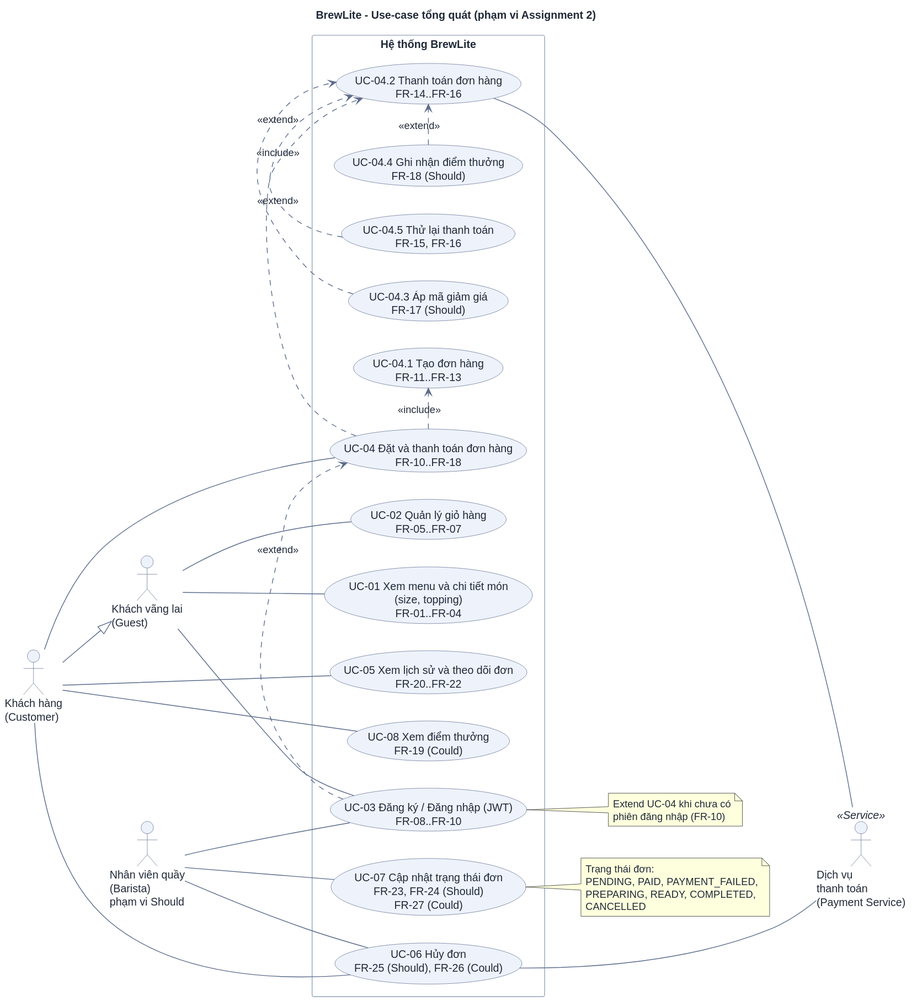
Before: docs/requirements/use-case-overview.svg, a diagram exported from PlantUML (DuVinhLoi/BrewLite). The source it was exported from:
```plantuml
@startuml
skinparam DefaultFontColor #1f2937
skinparam ArrowColor #5b6b8c
skinparam ArrowFontColor #1f2937
skinparam PackageBackgroundColor #f8fafc
skinparam PackageBorderColor #94a3b8
skinparam RectangleBackgroundColor #ffffff
skinparam RectangleBorderColor #94a3b8
skinparam ActorBackgroundColor #eef2fb
skinparam ActorBorderColor #5b6b8c
skinparam UsecaseBackgroundColor #eef2fb
skinparam UsecaseBorderColor #5b6b8c
skinparam Shadowing false

left to right direction

title BrewLite - Use-case tổng quát (phạm vi Assignment 2)

actor "Khách vãng lai\n(Guest)" as Guest
actor "Khách hàng\n(Customer)" as Customer
actor "Nhân viên quầy\n(Barista)\nphạm vi Should" as Barista
actor "Dịch vụ\nthanh toán\n(Payment Service)" as Pay <<Service>>

Customer --|> Guest

rectangle "Hệ thống BrewLite" {
  usecase "UC-01 Xem menu và chi tiết món\n(size, topping)\nFR-01..FR-04" as UC01
  usecase "UC-02 Quản lý giỏ hàng\nFR-05..FR-07" as UC02
  usecase "UC-03 Đăng ký / Đăng nhập (JWT)\nFR-08..FR-10" as UC03
  usecase "UC-04 Đặt và thanh toán đơn hàng\nFR-10..FR-18" as UC04
  usecase "UC-04.1 Tạo đơn hàng\nFR-11..FR-13" as UC041
  usecase "UC-04.2 Thanh toán đơn hàng\nFR-14..FR-16" as UC042
  usecase "UC-04.3 Áp mã giảm giá\nFR-17 (Should)" as UC043
  usecase "UC-04.4 Ghi nhận điểm thưởng\nFR-18 (Should)" as UC044
  usecase "UC-04.5 Thử lại thanh toán\nFR-15, FR-16" as UC045
  usecase "UC-05 Xem lịch sử và theo dõi đơn\nFR-20..FR-22" as UC05
  usecase "UC-06 Hủy đơn\nFR-25 (Should), FR-26 (Could)" as UC06
  usecase "UC-07 Cập nhật trạng thái đơn\nFR-23, FR-24 (Should)\nFR-27 (Could)" as UC07
  usecase "UC-08 Xem điểm thưởng\nFR-19 (Could)" as UC08
}

Guest --- UC01
Guest --- UC02
Guest --- UC03

Customer --- UC04
Customer --- UC05
Customer --- UC06
Customer --- UC08

Barista --- UC03
Barista --- UC07
Barista --- UC06

UC04 .> UC041 : <<include>>
UC04 .> UC042 : <<include>>
UC043 .> UC042 : <<extend>>
UC044 .> UC042 : <<extend>>
UC045 .> UC042 : <<extend>>
UC03 .> UC04 : <<extend>>

UC042 --- Pay
UC06 --- Pay

note right of UC03
  Extend UC-04 khi chưa có
  phiên đăng nhập (FR-10)
end note

note right of UC07
  Trạng thái đơn:
  PENDING, PAID, PAYMENT_FAILED,
  PREPARING, READY, COMPLETED,
  CANCELLED
end note
@enduml
```
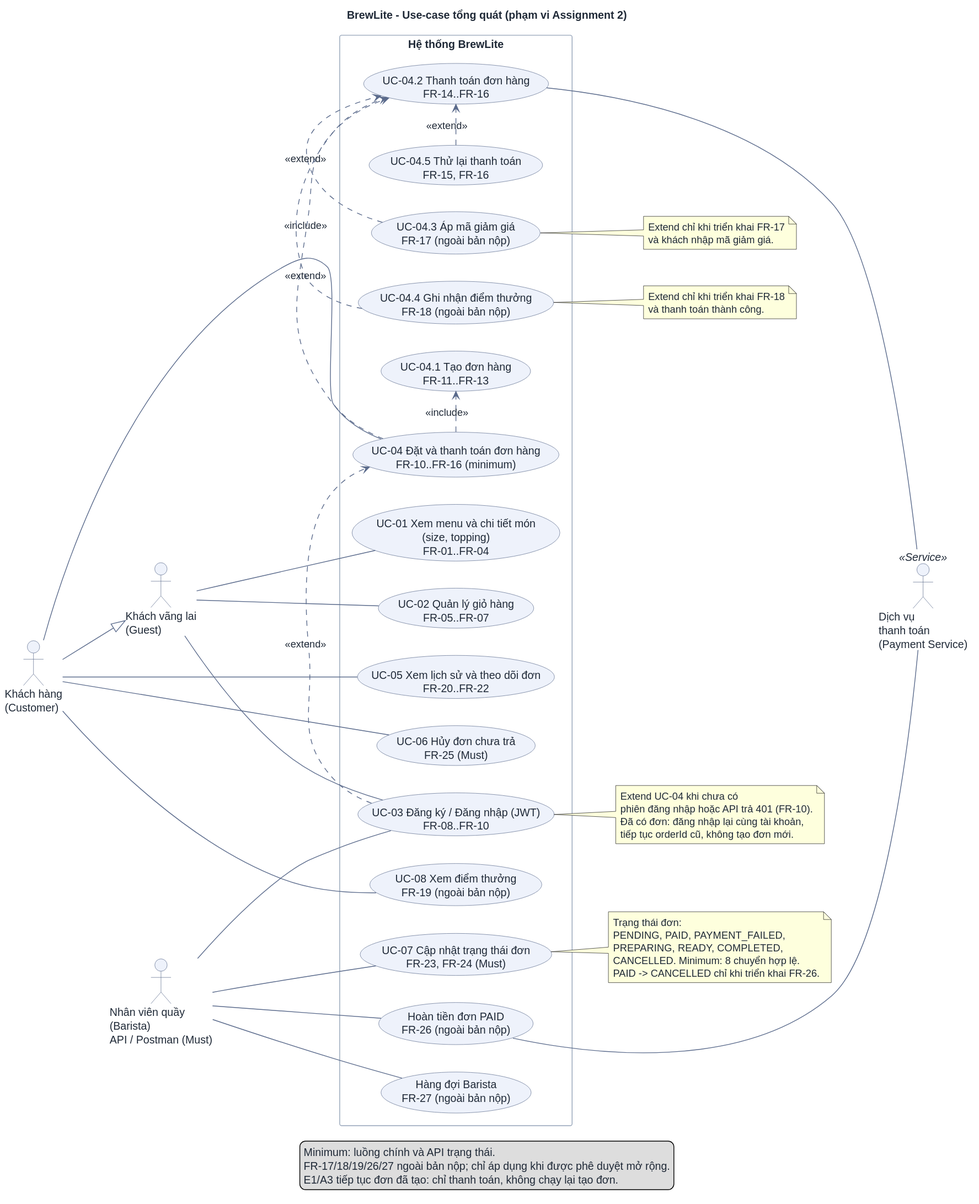
After the commit.

Commit message:
docs(requirements): finalize Task 1 minimum scope and checkout recovery

Diff of the diagram source:
```diff
@@ -18,7 +18,7 @@
 
 actor "Khách vãng lai\n(Guest)" as Guest
 actor "Khách hàng\n(Customer)" as Customer
-actor "Nhân viên quầy\n(Barista)\nphạm vi Should" as Barista
+actor "Nhân viên quầy\n(Barista)\nAPI / Postman (Must)" as Barista
 actor "Dịch vụ\nthanh toán\n(Payment Service)" as Pay <<Service>>
 
 Customer --|> Guest
@@ -27,16 +27,18 @@
   usecase "UC-01 Xem menu và chi tiết món\n(size, topping)\nFR-01..FR-04" as UC01
   usecase "UC-02 Quản lý giỏ hàng\nFR-05..FR-07" as UC02
   usecase "UC-03 Đăng ký / Đăng nhập (JWT)\nFR-08..FR-10" as UC03
-  usecase "UC-04 Đặt và thanh toán đơn hàng\nFR-10..FR-18" as UC04
+  usecase "UC-04 Đặt và thanh toán đơn hàng\nFR-10..FR-16 (minimum)" as UC04
   usecase "UC-04.1 Tạo đơn hàng\nFR-11..FR-13" as UC041
   usecase "UC-04.2 Thanh toán đơn hàng\nFR-14..FR-16" as UC042
-  usecase "UC-04.3 Áp mã giảm giá\nFR-17 (Should)" as UC043
-  usecase "UC-04.4 Ghi nhận điểm thưởng\nFR-18 (Should)" as UC044
+  usecase "UC-04.3 Áp mã giảm giá\nFR-17 (ngoài bản nộp)" as UC043
+  usecase "UC-04.4 Ghi nhận điểm thưởng\nFR-18 (ngoài bản nộp)" as UC044
   usecase "UC-04.5 Thử lại thanh toán\nFR-15, FR-16" as UC045
   usecase "UC-05 Xem lịch sử và theo dõi đơn\nFR-20..FR-22" as UC05
-  usecase "UC-06 Hủy đơn\nFR-25 (Should), FR-26 (Could)" as UC06
-  usecase "UC-07 Cập nhật trạng thái đơn\nFR-23, FR-24 (Should)\nFR-27 (Could)" as UC07
-  usecase "UC-08 Xem điểm thưởng\nFR-19 (Could)" as UC08
+  usecase "UC-06 Hủy đơn chưa trả\nFR-25 (Must)" as UC06
+  usecase "UC-07 Cập nhật trạng thái đơn\nFR-23, FR-24 (Must)" as UC07
+  usecase "Hoàn tiền đơn PAID\nFR-26 (ngoài bản nộp)" as Refund
+  usecase "Hàng đợi Barista\nFR-27 (ngoài bản nộp)" as Queue
+  usecase "UC-08 Xem điểm thưởng\nFR-19 (ngoài bản nộp)" as UC08
 }
 
 Guest --- UC01
@@ -50,7 +52,8 @@
 
 Barista --- UC03
 Barista --- UC07
-Barista --- UC06
+Barista --- Refund
+Barista --- Queue
 
 UC04 .> UC041 : <<include>>
 UC04 .> UC042 : <<include>>
@@ -60,17 +63,36 @@
 UC03 .> UC04 : <<extend>>
 
 UC042 --- Pay
-UC06 --- Pay
+Refund --- Pay
 
 note right of UC03
   Extend UC-04 khi chưa có
-  phiên đăng nhập (FR-10)
+  phiên đăng nhập hoặc API trả 401 (FR-10).
+  Đã có đơn: đăng nhập lại cùng tài khoản,
+  tiếp tục orderId cũ, không tạo đơn mới.
 end note
 
 note right of UC07
   Trạng thái đơn:
   PENDING, PAID, PAYMENT_FAILED,
   PREPARING, READY, COMPLETED,
-  CANCELLED
+  CANCELLED. Minimum: 8 chuyển hợp lệ.
+  PAID -> CANCELLED chỉ khi triển khai FR-26.
 end note
+
+note right of UC043
+  Extend chỉ khi triển khai FR-17
+  và khách nhập mã giảm giá.
+end note
+
+note right of UC044
+  Extend chỉ khi triển khai FR-18
+  và thanh toán thành công.
+end note
+
+legend bottom
+  Minimum: luồng chính và API trạng thái.
+  FR-17/18/19/26/27 ngoài bản nộp; chỉ áp dụng khi được phê duyệt mở rộng.
+  E1/A3 tiếp tục đơn đã tạo: chỉ thanh toán, không chạy lại tạo đơn.
+endlegend
 @enduml
```
